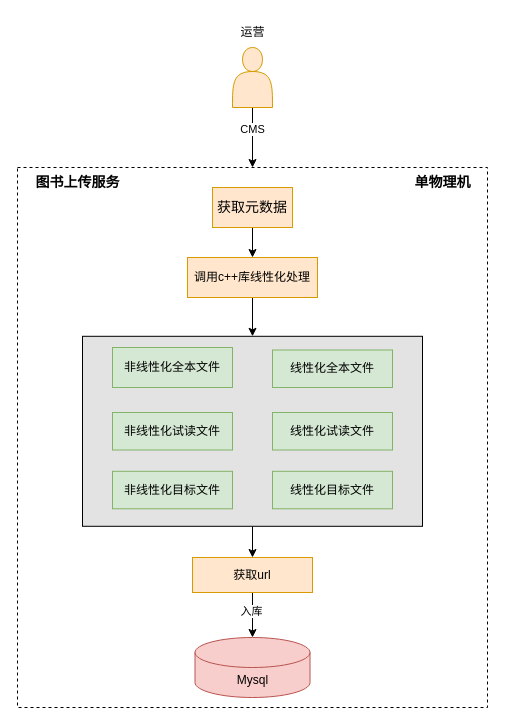
Floweryu/my-diagrams keeps this draw.io diagram as 图书上传任务流程.drawio. Above is the earlier version. Source tidied: cells renumbered, new cells numbered last; positions are measured from the earlier drawing's top-left corner, leaving out a move shared by most shapes. Both pictures are drawn from the tidied source at 100%, with x=0, y=0 at pixel (17, 17).
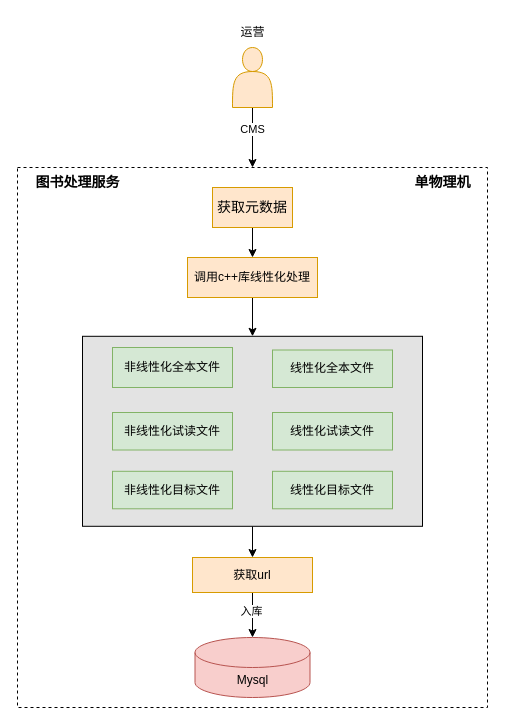
After the change.

Commit message:
更新图书上传任务流程.drawio

What changed in the source:
```diff
@@
-    <mxCell id="18" value="&lt;b&gt;&lt;font style=&quot;font-size: 14px;&quot;&gt;图书上传服务&lt;/font&gt;&lt;/b&gt;" style="text;html=1;align=center;verticalAlign=middle;strokeColor=none;fillColor=none;" parent="1" vertex="1">
+    <mxCell id="18" value="&lt;b&gt;&lt;font style=&quot;font-size: 14px;&quot;&gt;图书处理服务&lt;/font&gt;&lt;/b&gt;" style="text;html=1;align=center;verticalAlign=middle;strokeColor=none;fillColor=none;" parent="1" vertex="1">
       <mxGeometry x="5" y="150" width="110" height="30" as="geometry" />
     </mxCell>
```
